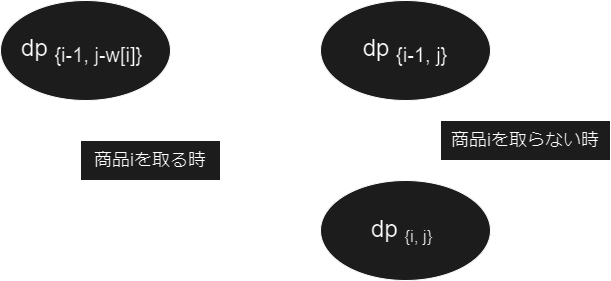
Before: public/images/blog/intro-course-8/knapsack1.png, a diagram exported from draw.io (saitamau-maximum/blog). Source tidied: cells renumbered, new cells last; positions are measured from the earlier drawing's top-left corner, leaving out a move shared by most shapes. The source it was exported from:
```xml
<mxGraphModel>
  <root>
    <mxCell id="0" />
    <mxCell id="1" parent="0" />
    <mxCell id="2" style="group;" parent="1" vertex="1">
      <mxGeometry width="610" height="280" as="geometry" />
    </mxCell>
    <mxCell id="3" value="&lt;font style=&quot;font-size: 24px;&quot;&gt;dp&amp;nbsp;&lt;/font&gt;&lt;font style=&quot;font-size: 20px;&quot;&gt;&lt;sub&gt;{i, j}&lt;/sub&gt;&lt;/font&gt;&lt;span style=&quot;font-size: 24px;&quot;&gt;&amp;nbsp;&lt;/span&gt;" style="ellipse;whiteSpace=wrap;html=1;fillColor=#E3E3E3;" parent="2" vertex="1">
      <mxGeometry x="320" y="180" width="170" height="100" as="geometry" />
    </mxCell>
    <mxCell id="4" style="group;" parent="2" vertex="1">
      <mxGeometry width="610" height="280" as="geometry" />
    </mxCell>
    <mxCell id="5" value="&lt;font style=&quot;font-size: 18px;&quot;&gt;商品iを取る時&lt;/font&gt;" style="text;align=center;html=1;verticalAlign=middle;whiteSpace=wrap;rounded=0;fillColor=#E3E3E3;strokeColor=default;" parent="4" vertex="1">
      <mxGeometry x="80" y="140" width="140" height="40" as="geometry" />
    </mxCell>
    <mxCell id="6" value="&lt;font style=&quot;font-size: 24px;&quot;&gt;dp&amp;nbsp;&lt;sub&gt;{i-1, j-w[i]}&lt;/sub&gt;&amp;nbsp;&lt;/font&gt;" style="ellipse;whiteSpace=wrap;html=1;fillColor=#E3E3E3;" parent="4" vertex="1">
      <mxGeometry width="170" height="100" as="geometry" />
    </mxCell>
    <mxCell id="7" value="&lt;font style=&quot;font-size: 24px;&quot;&gt;dp&amp;nbsp;&lt;/font&gt;&lt;font style=&quot;font-size: 24px;&quot;&gt;&lt;sub&gt;{i-1, j}&lt;/sub&gt;&lt;/font&gt;" style="ellipse;whiteSpace=wrap;html=1;fillColor=#E3E3E3;" parent="4" vertex="1">
      <mxGeometry x="320" width="170" height="100" as="geometry" />
    </mxCell>
    <mxCell id="8" style="endArrow=none;dashed=1;html=1;rounded=0;entryX=0.038;entryY=0.396;entryDx=0;entryDy=0;entryPerimeter=0;" parent="4" edge="1">
      <mxGeometry relative="1" as="geometry">
        <mxPoint x="194.5" y="49.9" as="sourcePoint" />
        <mxPoint x="301" y="49.5" as="targetPoint" />
      </mxGeometry>
    </mxCell>
    <mxCell id="9" style="shape=flexArrow;endArrow=classic;html=1;rounded=0;" parent="4" edge="1">
      <mxGeometry relative="1" as="geometry">
        <mxPoint x="180" y="90" as="sourcePoint" />
        <mxPoint x="301" y="180" as="targetPoint" />
      </mxGeometry>
    </mxCell>
    <mxCell id="10" style="shape=flexArrow;endArrow=classic;html=1;rounded=0;" parent="4" edge="1">
      <mxGeometry relative="1" as="geometry">
        <mxPoint x="401" y="110" as="sourcePoint" />
        <mxPoint x="401" y="170" as="targetPoint" />
      </mxGeometry>
    </mxCell>
    <mxCell id="11" style="endArrow=none;dashed=1;html=1;rounded=0;entryX=0.038;entryY=0.396;entryDx=0;entryDy=0;entryPerimeter=0;" parent="4" edge="1">
      <mxGeometry relative="1" as="geometry">
        <mxPoint x="194.5" y="229.9" as="sourcePoint" />
        <mxPoint x="301" y="229.5" as="targetPoint" />
      </mxGeometry>
    </mxCell>
    <mxCell id="12" value="&lt;font style=&quot;font-size: 18px;&quot;&gt;商品iを取らない時&lt;/font&gt;" style="text;align=center;html=1;verticalAlign=middle;whiteSpace=wrap;rounded=0;fillColor=#E3E3E3;strokeColor=default;" parent="4" vertex="1">
      <mxGeometry x="440" y="120" width="170" height="40" as="geometry" />
    </mxCell>
  </root>
</mxGraphModel>
```
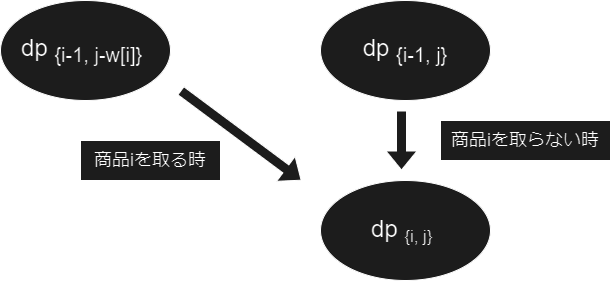
Later version of the same file.

Change to the diagram source:
```diff
@@ -26,13 +26,13 @@
         <mxPoint x="301" y="49.5" as="targetPoint" />
       </mxGeometry>
     </mxCell>
-    <mxCell id="9" style="shape=flexArrow;endArrow=classic;html=1;rounded=0;" parent="4" edge="1">
+    <mxCell id="9" style="shape=flexArrow;endArrow=classic;html=1;rounded=0;fillColor=#E3E3E3;" parent="4" edge="1">
       <mxGeometry relative="1" as="geometry">
         <mxPoint x="180" y="90" as="sourcePoint" />
         <mxPoint x="301" y="180" as="targetPoint" />
       </mxGeometry>
     </mxCell>
-    <mxCell id="10" style="shape=flexArrow;endArrow=classic;html=1;rounded=0;" parent="4" edge="1">
+    <mxCell id="10" style="shape=flexArrow;endArrow=classic;html=1;rounded=0;fillColor=#E3E3E3;" parent="4" edge="1">
       <mxGeometry relative="1" as="geometry">
         <mxPoint x="401" y="110" as="sourcePoint" />
         <mxPoint x="401" y="170" as="targetPoint" />
```
